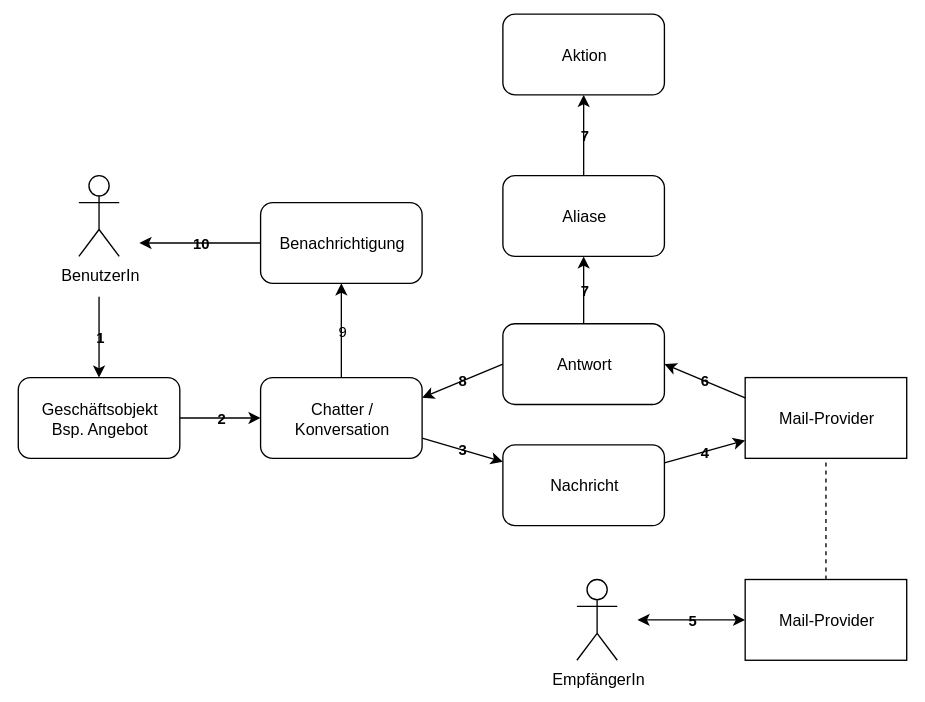
This is assets/Odoo Mail Workflow.svg from Mint-System/Odoo-Wiki, a draw.io export, as it was before one commit. Source tidied: cells renumbered, new cells last; positions are measured from the earlier drawing's top-left corner, leaving out a move shared by most shapes.
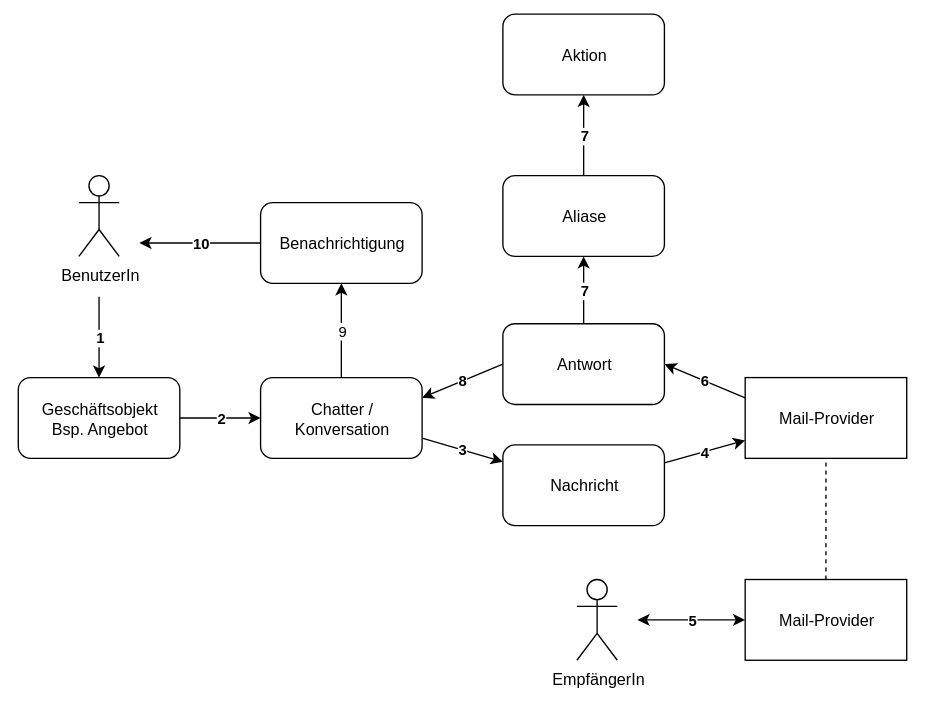
The same file after the commit.

Commit message:
vault backup: 2023-01-16 17:23:15

What changed in the source:
```diff
@@ -2,7 +2,7 @@
   <root>
     <mxCell id="0" />
     <mxCell id="1" parent="0" />
-    <mxCell id="2" value="2" style="edgeStyle=none;html=1;fontStyle=1;labelBackgroundColor=none;" parent="1" edge="1" source="3" target="8">
+    <mxCell id="2" value="2" style="edgeStyle=none;html=1;fontStyle=1;labelBackgroundColor=#ffffff;" parent="1" edge="1" source="3" target="8">
       <mxGeometry relative="1" as="geometry" />
     </mxCell>
     <mxCell id="3" value="Geschäftsobjekt&lt;br&gt;Bsp. Angebot" style="rounded=1;whiteSpace=wrap;html=1;labelBackgroundColor=none;" parent="1" vertex="1">
@@ -11,21 +11,21 @@
     <mxCell id="4" value="BenutzerIn" style="shape=umlActor;verticalLabelPosition=bottom;verticalAlign=top;html=1;labelBackgroundColor=none;" parent="1" vertex="1">
       <mxGeometry x="45" y="120" width="30" height="60" as="geometry" />
     </mxCell>
-    <mxCell id="5" value="1" style="endArrow=classic;html=1;entryX=0.5;entryY=0;entryDx=0;entryDy=0;fontStyle=1;labelBackgroundColor=none;" parent="1" edge="1" target="3">
+    <mxCell id="5" value="1" style="endArrow=classic;html=1;entryX=0.5;entryY=0;entryDx=0;entryDy=0;fontStyle=1;labelBackgroundColor=#ffffff;" parent="1" edge="1" target="3">
       <mxGeometry relative="1" as="geometry">
         <mxPoint x="60" y="210" as="sourcePoint" />
       </mxGeometry>
     </mxCell>
-    <mxCell id="6" value="3" style="edgeStyle=none;html=1;exitX=1;exitY=0.75;exitDx=0;exitDy=0;fontStyle=1;labelBackgroundColor=none;" parent="1" edge="1" source="8" target="10">
+    <mxCell id="6" value="3" style="edgeStyle=none;html=1;exitX=1;exitY=0.75;exitDx=0;exitDy=0;fontStyle=1;labelBackgroundColor=#ffffff;" parent="1" edge="1" source="8" target="10">
       <mxGeometry relative="1" as="geometry" />
     </mxCell>
-    <mxCell id="7" value="9" style="edgeStyle=none;html=1;startArrow=none;startFill=0;labelBackgroundColor=none;" parent="1" edge="1" source="8" target="23">
+    <mxCell id="7" value="9" style="edgeStyle=none;html=1;startArrow=none;startFill=0;labelBackgroundColor=#ffffff;" parent="1" edge="1" source="8" target="23">
       <mxGeometry relative="1" as="geometry" />
     </mxCell>
     <mxCell id="8" value="Chatter / Konversation" style="rounded=1;whiteSpace=wrap;html=1;labelBackgroundColor=none;" parent="1" vertex="1">
       <mxGeometry x="180" y="270" width="120" height="60" as="geometry" />
     </mxCell>
-    <mxCell id="9" value="4" style="edgeStyle=none;html=1;fontStyle=1;labelBackgroundColor=none;" parent="1" edge="1" source="10" target="12">
+    <mxCell id="9" value="4" style="edgeStyle=none;html=1;fontStyle=1;labelBackgroundColor=#ffffff;" parent="1" edge="1" source="10" target="12">
       <mxGeometry relative="1" as="geometry" />
     </mxCell>
     <mxCell id="10" value="Nachricht" style="rounded=1;whiteSpace=wrap;html=1;labelBackgroundColor=none;" parent="1" vertex="1">
@@ -43,24 +43,24 @@
     <mxCell id="14" style="endArrow=none;dashed=1;html=1;entryX=0.5;entryY=1;entryDx=0;entryDy=0;exitX=0.5;exitY=0;exitDx=0;exitDy=0;labelBackgroundColor=none;" parent="1" edge="1" source="13" target="12">
       <mxGeometry relative="1" as="geometry" />
     </mxCell>
-    <mxCell id="15" value="5" style="endArrow=classic;html=1;exitX=0;exitY=0.5;exitDx=0;exitDy=0;startArrow=classic;startFill=1;fontStyle=1;labelBackgroundColor=none;" parent="1" edge="1" source="13">
+    <mxCell id="15" value="5" style="endArrow=classic;html=1;exitX=0;exitY=0.5;exitDx=0;exitDy=0;startArrow=classic;startFill=1;fontStyle=1;labelBackgroundColor=#ffffff;" parent="1" edge="1" source="13">
       <mxGeometry relative="1" as="geometry">
         <mxPoint x="460" y="450" as="targetPoint" />
       </mxGeometry>
     </mxCell>
-    <mxCell id="16" value="6" style="edgeStyle=none;html=1;exitX=0;exitY=0.25;exitDx=0;exitDy=0;entryX=1;entryY=0.5;entryDx=0;entryDy=0;fontStyle=1;labelBackgroundColor=none;" parent="1" edge="1" source="12" target="19">
+    <mxCell id="16" value="6" style="edgeStyle=none;html=1;exitX=0;exitY=0.25;exitDx=0;exitDy=0;entryX=1;entryY=0.5;entryDx=0;entryDy=0;fontStyle=1;labelBackgroundColor=#ffffff;" parent="1" edge="1" source="12" target="19">
       <mxGeometry relative="1" as="geometry" />
     </mxCell>
-    <mxCell id="17" value="7" style="edgeStyle=none;html=1;startArrow=none;startFill=0;fontStyle=1;labelBackgroundColor=none;" parent="1" edge="1" source="19" target="21">
+    <mxCell id="17" value="7" style="edgeStyle=none;html=1;startArrow=none;startFill=0;fontStyle=1;labelBackgroundColor=#ffffff;" parent="1" edge="1" source="19" target="21">
       <mxGeometry relative="1" as="geometry" />
     </mxCell>
-    <mxCell id="18" value="8" style="edgeStyle=none;html=1;startArrow=none;startFill=0;entryX=1;entryY=0.25;entryDx=0;entryDy=0;exitX=0;exitY=0.5;exitDx=0;exitDy=0;fontStyle=1;labelBackgroundColor=none;" parent="1" edge="1" source="19" target="8">
+    <mxCell id="18" value="8" style="edgeStyle=none;html=1;startArrow=none;startFill=0;entryX=1;entryY=0.25;entryDx=0;entryDy=0;exitX=0;exitY=0.5;exitDx=0;exitDy=0;fontStyle=1;labelBackgroundColor=#ffffff;" parent="1" edge="1" source="19" target="8">
       <mxGeometry relative="1" as="geometry" />
     </mxCell>
     <mxCell id="19" value="Antwort" style="rounded=1;whiteSpace=wrap;html=1;labelBackgroundColor=none;" parent="1" vertex="1">
       <mxGeometry x="360" y="230" width="120" height="60" as="geometry" />
     </mxCell>
-    <mxCell id="20" value="7" style="edgeStyle=none;html=1;startArrow=none;startFill=0;fontStyle=1;labelBackgroundColor=none;" parent="1" edge="1" source="21" target="22">
+    <mxCell id="20" value="7" style="edgeStyle=none;html=1;startArrow=none;startFill=0;fontStyle=1;labelBackgroundColor=#ffffff;" parent="1" edge="1" source="21" target="22">
       <mxGeometry relative="1" as="geometry" />
     </mxCell>
     <mxCell id="21" value="Aliase" style="rounded=1;whiteSpace=wrap;html=1;labelBackgroundColor=none;" parent="1" vertex="1">
@@ -72,7 +72,7 @@
     <mxCell id="23" value="Benachrichtigung" style="rounded=1;whiteSpace=wrap;html=1;labelBackgroundColor=none;" parent="1" vertex="1">
       <mxGeometry x="180" y="140" width="120" height="60" as="geometry" />
     </mxCell>
-    <mxCell id="24" value="10" style="edgeStyle=none;html=1;startArrow=none;startFill=0;exitX=0;exitY=0.5;exitDx=0;exitDy=0;fontStyle=1;labelBackgroundColor=none;" parent="1" edge="1" source="23">
+    <mxCell id="24" value="10" style="edgeStyle=none;html=1;startArrow=none;startFill=0;exitX=0;exitY=0.5;exitDx=0;exitDy=0;fontStyle=1;labelBackgroundColor=#ffffff;" parent="1" edge="1" source="23">
       <mxGeometry relative="1" as="geometry">
         <mxPoint x="90" y="170" as="targetPoint" />
       </mxGeometry>
```
